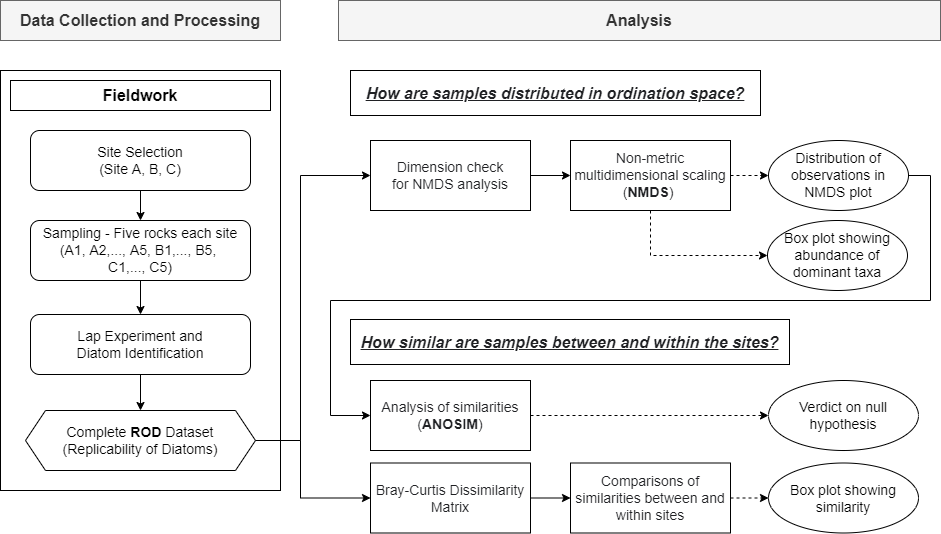
Before: Chapter4_Flowchart.png, a diagram exported from draw.io (muyeoljung/PhD_Studyarea). Source tidied: cells renumbered, new cells last; positions are measured from the earlier drawing's top-left corner, leaving out a move shared by most shapes. The source it was exported from:
```xml
<mxGraphModel>
  <root>
    <mxCell id="0" />
    <mxCell id="1" parent="0" />
    <mxCell id="2" style="rounded=0;whiteSpace=wrap;html=1;" parent="1" vertex="1">
      <mxGeometry y="70" width="280" height="420" as="geometry" />
    </mxCell>
    <mxCell id="3" value="&lt;font size=&quot;1&quot;&gt;&lt;b style=&quot;font-size: 16px&quot;&gt;Fieldwork&lt;/b&gt;&lt;/font&gt;" style="rounded=0;whiteSpace=wrap;html=1;" parent="1" vertex="1">
      <mxGeometry x="10" y="80" width="260" height="30" as="geometry" />
    </mxCell>
    <mxCell id="4" style="edgeStyle=orthogonalEdgeStyle;rounded=0;jettySize=auto;html=1;exitX=0.5;exitY=1;exitDx=0;exitDy=0;entryX=0.5;entryY=0;entryDx=0;entryDy=0;" parent="1" edge="1" source="5" target="7">
      <mxGeometry relative="1" as="geometry" />
    </mxCell>
    <mxCell id="5" value="&lt;font style=&quot;font-size: 14px&quot;&gt;Site Selection&lt;br&gt;(Site A, B, C)&lt;/font&gt;" style="rounded=1;whiteSpace=wrap;html=1;" parent="1" vertex="1">
      <mxGeometry x="30" y="130" width="220" height="60" as="geometry" />
    </mxCell>
    <mxCell id="6" style="edgeStyle=orthogonalEdgeStyle;rounded=0;jettySize=auto;html=1;exitX=0.5;exitY=1;exitDx=0;exitDy=0;entryX=0.5;entryY=0;entryDx=0;entryDy=0;" parent="1" edge="1" source="7" target="9">
      <mxGeometry relative="1" as="geometry" />
    </mxCell>
    <mxCell id="7" value="&lt;font style=&quot;font-size: 14px&quot;&gt;Sampling -&amp;nbsp;Five rocks each site&lt;br&gt;(A1, A2,..., A5, B1,..., B5, &lt;br&gt;C1,..., C5)&lt;/font&gt;" style="rounded=1;whiteSpace=wrap;html=1;" parent="1" vertex="1">
      <mxGeometry x="30" y="220" width="220" height="60" as="geometry" />
    </mxCell>
    <mxCell id="8" style="edgeStyle=orthogonalEdgeStyle;rounded=0;jettySize=auto;html=1;exitX=0.5;exitY=1;exitDx=0;exitDy=0;entryX=0.5;entryY=0;entryDx=0;entryDy=0;" parent="1" edge="1" source="9" target="20">
      <mxGeometry relative="1" as="geometry" />
    </mxCell>
    <mxCell id="9" value="&lt;font style=&quot;font-size: 14px&quot;&gt;Lap Experiment and&lt;br&gt;Diatom Identification&lt;/font&gt;" style="rounded=1;whiteSpace=wrap;html=1;" parent="1" vertex="1">
      <mxGeometry x="30" y="314" width="220" height="60" as="geometry" />
    </mxCell>
    <mxCell id="10" value="&lt;font style=&quot;font-size: 16px&quot;&gt;Analysis&lt;/font&gt;" style="rounded=0;whiteSpace=wrap;html=1;fillColor=#f5f5f5;strokeColor=#666666;fontColor=#333333;fontStyle=1;" parent="1" vertex="1">
      <mxGeometry x="338" width="602" height="40" as="geometry" />
    </mxCell>
    <mxCell id="11" style="edgeStyle=orthogonalEdgeStyle;rounded=0;jettySize=auto;html=1;exitX=1;exitY=0.5;exitDx=0;exitDy=0;entryX=0;entryY=0.5;entryDx=0;entryDy=0;dashed=1;" parent="1" edge="1" source="13" target="29">
      <mxGeometry relative="1" as="geometry" />
    </mxCell>
    <mxCell id="12" style="edgeStyle=orthogonalEdgeStyle;rounded=0;jettySize=auto;html=1;exitX=0.5;exitY=1;exitDx=0;exitDy=0;entryX=0;entryY=0.5;entryDx=0;entryDy=0;dashed=1;fontSize=14;" parent="1" edge="1" source="13" target="31">
      <mxGeometry relative="1" as="geometry" />
    </mxCell>
    <mxCell id="13" value="&lt;font style=&quot;font-size: 14px&quot;&gt;&lt;span style=&quot;color: rgb(32 , 33 , 36) ; font-family: &amp;#34;apple sd gothic neo&amp;#34; , &amp;#34;arial&amp;#34; , sans-serif ; text-align: left ; background-color: rgb(255 , 255 , 255)&quot;&gt;Non-metric multidimensional scaling (&lt;/span&gt;&lt;b style=&quot;color: rgb(32 , 33 , 36) ; font-family: &amp;#34;apple sd gothic neo&amp;#34; , &amp;#34;arial&amp;#34; , sans-serif ; text-align: left ; background-color: rgb(255 , 255 , 255)&quot;&gt;NMDS&lt;/b&gt;&lt;span style=&quot;color: rgb(32 , 33 , 36) ; font-family: &amp;#34;apple sd gothic neo&amp;#34; , &amp;#34;arial&amp;#34; , sans-serif ; text-align: left ; background-color: rgb(255 , 255 , 255)&quot;&gt;)&amp;nbsp;&lt;/span&gt;&lt;/font&gt;" style="rounded=0;whiteSpace=wrap;html=1;" parent="1" vertex="1">
      <mxGeometry x="570" y="140" width="160" height="70" as="geometry" />
    </mxCell>
    <mxCell id="14" style="edgeStyle=orthogonalEdgeStyle;rounded=0;jettySize=auto;html=1;exitX=0;exitY=0.5;exitDx=0;exitDy=0;entryX=1;entryY=0.5;entryDx=0;entryDy=0;startArrow=classic;startFill=1;endArrow=none;endFill=0;" parent="1" edge="1" source="16" target="29">
      <mxGeometry relative="1" as="geometry">
        <Array as="points">
          <mxPoint x="330" y="415" />
          <mxPoint x="330" y="300" />
          <mxPoint x="930" y="300" />
          <mxPoint x="930" y="175" />
        </Array>
      </mxGeometry>
    </mxCell>
    <mxCell id="15" style="edgeStyle=orthogonalEdgeStyle;rounded=0;jettySize=auto;html=1;exitX=1;exitY=0.5;exitDx=0;exitDy=0;entryX=0;entryY=0.5;entryDx=0;entryDy=0;startArrow=none;startFill=0;endArrow=classic;endFill=1;dashed=1;" parent="1" edge="1" source="16" target="32">
      <mxGeometry relative="1" as="geometry" />
    </mxCell>
    <mxCell id="16" value="&lt;font style=&quot;font-size: 14px&quot;&gt;&lt;span style=&quot;color: rgb(32 , 33 , 36) ; font-family: &amp;#34;apple sd gothic neo&amp;#34; , &amp;#34;arial&amp;#34; , sans-serif ; text-align: left ; background-color: rgb(255 , 255 , 255)&quot;&gt;Analysis of similarities (&lt;/span&gt;&lt;b style=&quot;color: rgb(32 , 33 , 36) ; font-family: &amp;#34;apple sd gothic neo&amp;#34; , &amp;#34;arial&amp;#34; , sans-serif ; text-align: left ; background-color: rgb(255 , 255 , 255)&quot;&gt;ANOSIM&lt;/b&gt;&lt;span style=&quot;color: rgb(32 , 33 , 36) ; font-family: &amp;#34;apple sd gothic neo&amp;#34; , &amp;#34;arial&amp;#34; , sans-serif ; text-align: left ; background-color: rgb(255 , 255 , 255)&quot;&gt;)&lt;/span&gt;&lt;/font&gt;" style="rounded=0;whiteSpace=wrap;html=1;" parent="1" vertex="1">
      <mxGeometry x="370" y="380" width="160" height="70" as="geometry" />
    </mxCell>
    <mxCell id="17" value="&lt;font style=&quot;font-size: 16px&quot;&gt;Data Collection and Processing&lt;/font&gt;" style="rounded=0;whiteSpace=wrap;html=1;fillColor=#f5f5f5;strokeColor=#666666;fontColor=#333333;fontStyle=1;" parent="1" vertex="1">
      <mxGeometry width="280" height="40" as="geometry" />
    </mxCell>
    <mxCell id="18" style="edgeStyle=orthogonalEdgeStyle;rounded=0;jettySize=auto;html=1;exitX=1;exitY=0.5;exitDx=0;exitDy=0;entryX=0;entryY=0.5;entryDx=0;entryDy=0;" parent="1" edge="1" source="20" target="22">
      <mxGeometry relative="1" as="geometry">
        <Array as="points">
          <mxPoint x="300" y="440" />
          <mxPoint x="300" y="175" />
        </Array>
      </mxGeometry>
    </mxCell>
    <mxCell id="19" style="edgeStyle=orthogonalEdgeStyle;rounded=0;jettySize=auto;html=1;exitX=1;exitY=0.5;exitDx=0;exitDy=0;entryX=0;entryY=0.5;entryDx=0;entryDy=0;" parent="1" edge="1" source="20" target="28">
      <mxGeometry relative="1" as="geometry">
        <Array as="points">
          <mxPoint x="300" y="440" />
          <mxPoint x="300" y="498" />
        </Array>
      </mxGeometry>
    </mxCell>
    <mxCell id="20" value="&lt;font style=&quot;font-size: 14px&quot;&gt;Complete &lt;b&gt;ROD&lt;/b&gt;&amp;nbsp;Dataset&lt;br&gt;(Replicability of Diatoms)&lt;/font&gt;" style="shape=hexagon;perimeter=hexagonPerimeter2;whiteSpace=wrap;html=1;fixedSize=1;" parent="1" vertex="1">
      <mxGeometry x="25" y="410" width="230" height="60" as="geometry" />
    </mxCell>
    <mxCell id="21" style="edgeStyle=orthogonalEdgeStyle;rounded=0;jettySize=auto;html=1;exitX=1;exitY=0.5;exitDx=0;exitDy=0;entryX=0;entryY=0.5;entryDx=0;entryDy=0;" parent="1" edge="1" source="22" target="13">
      <mxGeometry relative="1" as="geometry" />
    </mxCell>
    <mxCell id="22" value="&lt;div style=&quot;font-size: 14px&quot;&gt;&lt;span style=&quot;background-color: rgb(255 , 255 , 255) ; color: rgb(32 , 33 , 36) ; font-family: &amp;#34;apple sd gothic neo&amp;#34; , &amp;#34;arial&amp;#34; , sans-serif&quot;&gt;Dimension check&lt;br&gt;for NMDS analysis&lt;/span&gt;&lt;br&gt;&lt;/div&gt;" style="rounded=0;whiteSpace=wrap;html=1;" parent="1" vertex="1">
      <mxGeometry x="370" y="140" width="160" height="70" as="geometry" />
    </mxCell>
    <mxCell id="23" style="edgeStyle=orthogonalEdgeStyle;rounded=0;jettySize=auto;html=1;exitX=1;exitY=0.5;exitDx=0;exitDy=0;entryX=0;entryY=0.5;entryDx=0;entryDy=0;dashed=1;" parent="1" edge="1" source="24" target="30">
      <mxGeometry relative="1" as="geometry" />
    </mxCell>
    <mxCell id="24" value="&lt;div&gt;&lt;font color=&quot;#202124&quot; face=&quot;apple sd gothic neo, arial, sans-serif&quot; size=&quot;1&quot;&gt;&lt;span style=&quot;background-color: rgb(255 , 255 , 255) ; font-size: 14px&quot;&gt;Comparisons of similarities between and&lt;/span&gt;&lt;/font&gt;&lt;/div&gt;&lt;span style=&quot;color: rgb(32 , 33 , 36) ; font-family: &amp;#34;apple sd gothic neo&amp;#34; , &amp;#34;arial&amp;#34; , sans-serif ; font-size: 14px ; background-color: rgb(255 , 255 , 255)&quot;&gt;within&amp;nbsp;&lt;/span&gt;&lt;span style=&quot;background-color: rgb(255 , 255 , 255) ; font-size: 14px ; color: rgb(32 , 33 , 36) ; font-family: &amp;#34;apple sd gothic neo&amp;#34; , &amp;#34;arial&amp;#34; , sans-serif&quot;&gt;sites&lt;/span&gt;&lt;span style=&quot;color: rgb(32 , 33 , 36) ; font-family: &amp;#34;apple sd gothic neo&amp;#34; , &amp;#34;arial&amp;#34; , sans-serif ; font-size: 14px ; background-color: rgb(255 , 255 , 255)&quot;&gt;&lt;br&gt;&lt;/span&gt;" style="rounded=0;whiteSpace=wrap;html=1;align=center;" parent="1" vertex="1">
      <mxGeometry x="570" y="462.5" width="160" height="70" as="geometry" />
    </mxCell>
    <mxCell id="25" value="&lt;div&gt;&lt;font color=&quot;#202124&quot; face=&quot;apple sd gothic neo, arial, sans-serif&quot;&gt;&lt;span style=&quot;font-size: 16px ; background-color: rgb(255 , 255 , 255)&quot;&gt;How are samples distributed in ordination space?&lt;/span&gt;&lt;/font&gt;&lt;/div&gt;" style="rounded=0;whiteSpace=wrap;html=1;align=center;fontStyle=7;" parent="1" vertex="1">
      <mxGeometry x="350" y="70" width="410" height="45" as="geometry" />
    </mxCell>
    <mxCell id="26" value="&lt;div&gt;&lt;font color=&quot;#202124&quot; face=&quot;apple sd gothic neo, arial, sans-serif&quot;&gt;&lt;span style=&quot;font-size: 16px ; background-color: rgb(255 , 255 , 255)&quot;&gt;How similar are samples between and within the sites?&lt;/span&gt;&lt;/font&gt;&lt;/div&gt;" style="rounded=0;whiteSpace=wrap;html=1;align=center;fontStyle=7;" parent="1" vertex="1">
      <mxGeometry x="350" y="319" width="439" height="45" as="geometry" />
    </mxCell>
    <mxCell id="27" style="edgeStyle=orthogonalEdgeStyle;rounded=0;jettySize=auto;html=1;exitX=1;exitY=0.5;exitDx=0;exitDy=0;entryX=0;entryY=0.5;entryDx=0;entryDy=0;" parent="1" edge="1" source="28" target="24">
      <mxGeometry relative="1" as="geometry" />
    </mxCell>
    <mxCell id="28" value="&lt;div&gt;&lt;span style=&quot;background-color: rgb(255 , 255 , 255) ; color: rgb(32 , 33 , 36) ; font-family: &amp;#34;apple sd gothic neo&amp;#34; , &amp;#34;arial&amp;#34; , sans-serif&quot;&gt;&lt;font style=&quot;font-size: 14px&quot;&gt;Bray-Curtis Dissimilarity Matrix&lt;/font&gt;&lt;/span&gt;&lt;br&gt;&lt;/div&gt;" style="rounded=0;whiteSpace=wrap;html=1;align=center;" parent="1" vertex="1">
      <mxGeometry x="370" y="462.5" width="160" height="70" as="geometry" />
    </mxCell>
    <mxCell id="29" value="&lt;font style=&quot;font-size: 14px&quot;&gt;Distribution of observations in NMDS plot&lt;/font&gt;" style="ellipse;whiteSpace=wrap;html=1;" parent="1" vertex="1">
      <mxGeometry x="768" y="140" width="140" height="70" as="geometry" />
    </mxCell>
    <mxCell id="30" value="&lt;font style=&quot;font-size: 14px&quot;&gt;Box plot showing similarity&lt;/font&gt;" style="ellipse;whiteSpace=wrap;html=1;" parent="1" vertex="1">
      <mxGeometry x="768" y="462.5" width="150" height="70" as="geometry" />
    </mxCell>
    <mxCell id="31" value="&lt;font style=&quot;font-size: 14px&quot;&gt;Box plot showing abundance of dominant taxa&lt;/font&gt;" style="ellipse;whiteSpace=wrap;html=1;" parent="1" vertex="1">
      <mxGeometry x="767" y="220" width="140" height="70" as="geometry" />
    </mxCell>
    <mxCell id="32" value="&lt;font style=&quot;font-size: 14px&quot;&gt;Verdict on null hypothesis&lt;/font&gt;" style="ellipse;whiteSpace=wrap;html=1;" parent="1" vertex="1">
      <mxGeometry x="768" y="380" width="150" height="70" as="geometry" />
    </mxCell>
  </root>
</mxGraphModel>
```
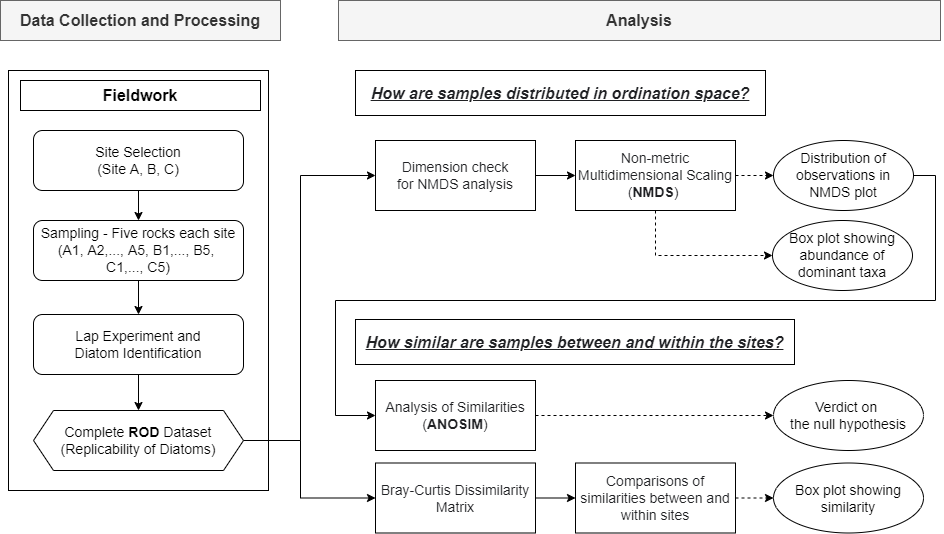
After the change.

What changed in the source:
```diff
@@ -3,31 +3,31 @@
     <mxCell id="0" />
     <mxCell id="1" parent="0" />
     <mxCell id="2" style="rounded=0;whiteSpace=wrap;html=1;" parent="1" vertex="1">
-      <mxGeometry y="70" width="280" height="420" as="geometry" />
+      <mxGeometry x="3" y="70" width="260" height="420" as="geometry" />
     </mxCell>
     <mxCell id="3" value="&lt;font size=&quot;1&quot;&gt;&lt;b style=&quot;font-size: 16px&quot;&gt;Fieldwork&lt;/b&gt;&lt;/font&gt;" style="rounded=0;whiteSpace=wrap;html=1;" parent="1" vertex="1">
-      <mxGeometry x="10" y="80" width="260" height="30" as="geometry" />
+      <mxGeometry x="15" y="80" width="240" height="30" as="geometry" />
     </mxCell>
     <mxCell id="4" style="edgeStyle=orthogonalEdgeStyle;rounded=0;jettySize=auto;html=1;exitX=0.5;exitY=1;exitDx=0;exitDy=0;entryX=0.5;entryY=0;entryDx=0;entryDy=0;" parent="1" edge="1" source="5" target="7">
       <mxGeometry relative="1" as="geometry" />
     </mxCell>
     <mxCell id="5" value="&lt;font style=&quot;font-size: 14px&quot;&gt;Site Selection&lt;br&gt;(Site A, B, C)&lt;/font&gt;" style="rounded=1;whiteSpace=wrap;html=1;" parent="1" vertex="1">
-      <mxGeometry x="30" y="130" width="220" height="60" as="geometry" />
+      <mxGeometry x="28" y="130" width="210" height="60" as="geometry" />
     </mxCell>
     <mxCell id="6" style="edgeStyle=orthogonalEdgeStyle;rounded=0;jettySize=auto;html=1;exitX=0.5;exitY=1;exitDx=0;exitDy=0;entryX=0.5;entryY=0;entryDx=0;entryDy=0;" parent="1" edge="1" source="7" target="9">
       <mxGeometry relative="1" as="geometry" />
     </mxCell>
     <mxCell id="7" value="&lt;font style=&quot;font-size: 14px&quot;&gt;Sampling -&amp;nbsp;Five rocks each site&lt;br&gt;(A1, A2,..., A5, B1,..., B5, &lt;br&gt;C1,..., C5)&lt;/font&gt;" style="rounded=1;whiteSpace=wrap;html=1;" parent="1" vertex="1">
-      <mxGeometry x="30" y="220" width="220" height="60" as="geometry" />
+      <mxGeometry x="28" y="220" width="210" height="60" as="geometry" />
     </mxCell>
     <mxCell id="8" style="edgeStyle=orthogonalEdgeStyle;rounded=0;jettySize=auto;html=1;exitX=0.5;exitY=1;exitDx=0;exitDy=0;entryX=0.5;entryY=0;entryDx=0;entryDy=0;" parent="1" edge="1" source="9" target="20">
       <mxGeometry relative="1" as="geometry" />
     </mxCell>
     <mxCell id="9" value="&lt;font style=&quot;font-size: 14px&quot;&gt;Lap Experiment and&lt;br&gt;Diatom Identification&lt;/font&gt;" style="rounded=1;whiteSpace=wrap;html=1;" parent="1" vertex="1">
-      <mxGeometry x="30" y="314" width="220" height="60" as="geometry" />
+      <mxGeometry x="28" y="314" width="210" height="60" as="geometry" />
     </mxCell>
     <mxCell id="10" value="&lt;font style=&quot;font-size: 16px&quot;&gt;Analysis&lt;/font&gt;" style="rounded=0;whiteSpace=wrap;html=1;fillColor=#f5f5f5;strokeColor=#666666;fontColor=#333333;fontStyle=1;" parent="1" vertex="1">
-      <mxGeometry x="338" width="602" height="40" as="geometry" />
+      <mxGeometry x="333" width="602" height="40" as="geometry" />
     </mxCell>
     <mxCell id="11" style="edgeStyle=orthogonalEdgeStyle;rounded=0;jettySize=auto;html=1;exitX=1;exitY=0.5;exitDx=0;exitDy=0;entryX=0;entryY=0.5;entryDx=0;entryDy=0;dashed=1;" parent="1" edge="1" source="13" target="29">
       <mxGeometry relative="1" as="geometry" />
@@ -35,7 +35,7 @@
     <mxCell id="12" style="edgeStyle=orthogonalEdgeStyle;rounded=0;jettySize=auto;html=1;exitX=0.5;exitY=1;exitDx=0;exitDy=0;entryX=0;entryY=0.5;entryDx=0;entryDy=0;dashed=1;fontSize=14;" parent="1" edge="1" source="13" target="31">
       <mxGeometry relative="1" as="geometry" />
     </mxCell>
-    <mxCell id="13" value="&lt;font style=&quot;font-size: 14px&quot;&gt;&lt;span style=&quot;color: rgb(32 , 33 , 36) ; font-family: &amp;#34;apple sd gothic neo&amp;#34; , &amp;#34;arial&amp;#34; , sans-serif ; text-align: left ; background-color: rgb(255 , 255 , 255)&quot;&gt;Non-metric multidimensional scaling (&lt;/span&gt;&lt;b style=&quot;color: rgb(32 , 33 , 36) ; font-family: &amp;#34;apple sd gothic neo&amp;#34; , &amp;#34;arial&amp;#34; , sans-serif ; text-align: left ; background-color: rgb(255 , 255 , 255)&quot;&gt;NMDS&lt;/b&gt;&lt;span style=&quot;color: rgb(32 , 33 , 36) ; font-family: &amp;#34;apple sd gothic neo&amp;#34; , &amp;#34;arial&amp;#34; , sans-serif ; text-align: left ; background-color: rgb(255 , 255 , 255)&quot;&gt;)&amp;nbsp;&lt;/span&gt;&lt;/font&gt;" style="rounded=0;whiteSpace=wrap;html=1;" parent="1" vertex="1">
+    <mxCell id="13" value="&lt;font style=&quot;font-size: 14px&quot;&gt;&lt;span style=&quot;color: rgb(32 , 33 , 36) ; font-family: &amp;#34;apple sd gothic neo&amp;#34; , &amp;#34;arial&amp;#34; , sans-serif ; text-align: left ; background-color: rgb(255 , 255 , 255)&quot;&gt;Non-metric Multidimensional Scaling (&lt;/span&gt;&lt;b style=&quot;color: rgb(32 , 33 , 36) ; font-family: &amp;#34;apple sd gothic neo&amp;#34; , &amp;#34;arial&amp;#34; , sans-serif ; text-align: left ; background-color: rgb(255 , 255 , 255)&quot;&gt;NMDS&lt;/b&gt;&lt;span style=&quot;color: rgb(32 , 33 , 36) ; font-family: &amp;#34;apple sd gothic neo&amp;#34; , &amp;#34;arial&amp;#34; , sans-serif ; text-align: left ; background-color: rgb(255 , 255 , 255)&quot;&gt;)&amp;nbsp;&lt;/span&gt;&lt;/font&gt;" style="rounded=0;whiteSpace=wrap;html=1;" parent="1" vertex="1">
       <mxGeometry x="570" y="140" width="160" height="70" as="geometry" />
     </mxCell>
     <mxCell id="14" style="edgeStyle=orthogonalEdgeStyle;rounded=0;jettySize=auto;html=1;exitX=0;exitY=0.5;exitDx=0;exitDy=0;entryX=1;entryY=0.5;entryDx=0;entryDy=0;startArrow=classic;startFill=1;endArrow=none;endFill=0;" parent="1" edge="1" source="16" target="29">
@@ -51,30 +51,30 @@
     <mxCell id="15" style="edgeStyle=orthogonalEdgeStyle;rounded=0;jettySize=auto;html=1;exitX=1;exitY=0.5;exitDx=0;exitDy=0;entryX=0;entryY=0.5;entryDx=0;entryDy=0;startArrow=none;startFill=0;endArrow=classic;endFill=1;dashed=1;" parent="1" edge="1" source="16" target="32">
       <mxGeometry relative="1" as="geometry" />
     </mxCell>
-    <mxCell id="16" value="&lt;font style=&quot;font-size: 14px&quot;&gt;&lt;span style=&quot;color: rgb(32 , 33 , 36) ; font-family: &amp;#34;apple sd gothic neo&amp;#34; , &amp;#34;arial&amp;#34; , sans-serif ; text-align: left ; background-color: rgb(255 , 255 , 255)&quot;&gt;Analysis of similarities (&lt;/span&gt;&lt;b style=&quot;color: rgb(32 , 33 , 36) ; font-family: &amp;#34;apple sd gothic neo&amp;#34; , &amp;#34;arial&amp;#34; , sans-serif ; text-align: left ; background-color: rgb(255 , 255 , 255)&quot;&gt;ANOSIM&lt;/b&gt;&lt;span style=&quot;color: rgb(32 , 33 , 36) ; font-family: &amp;#34;apple sd gothic neo&amp;#34; , &amp;#34;arial&amp;#34; , sans-serif ; text-align: left ; background-color: rgb(255 , 255 , 255)&quot;&gt;)&lt;/span&gt;&lt;/font&gt;" style="rounded=0;whiteSpace=wrap;html=1;" parent="1" vertex="1">
+    <mxCell id="16" value="&lt;font style=&quot;font-size: 14px&quot;&gt;&lt;span style=&quot;color: rgb(32 , 33 , 36) ; font-family: &amp;#34;apple sd gothic neo&amp;#34; , &amp;#34;arial&amp;#34; , sans-serif ; text-align: left ; background-color: rgb(255 , 255 , 255)&quot;&gt;Analysis of Similarities (&lt;/span&gt;&lt;b style=&quot;color: rgb(32 , 33 , 36) ; font-family: &amp;#34;apple sd gothic neo&amp;#34; , &amp;#34;arial&amp;#34; , sans-serif ; text-align: left ; background-color: rgb(255 , 255 , 255)&quot;&gt;ANOSIM&lt;/b&gt;&lt;span style=&quot;color: rgb(32 , 33 , 36) ; font-family: &amp;#34;apple sd gothic neo&amp;#34; , &amp;#34;arial&amp;#34; , sans-serif ; text-align: left ; background-color: rgb(255 , 255 , 255)&quot;&gt;)&lt;/span&gt;&lt;/font&gt;" style="rounded=0;whiteSpace=wrap;html=1;" parent="1" vertex="1">
       <mxGeometry x="370" y="380" width="160" height="70" as="geometry" />
     </mxCell>
     <mxCell id="17" value="&lt;font style=&quot;font-size: 16px&quot;&gt;Data Collection and Processing&lt;/font&gt;" style="rounded=0;whiteSpace=wrap;html=1;fillColor=#f5f5f5;strokeColor=#666666;fontColor=#333333;fontStyle=1;" parent="1" vertex="1">
-      <mxGeometry width="280" height="40" as="geometry" />
+      <mxGeometry x="-5" width="280" height="40" as="geometry" />
     </mxCell>
     <mxCell id="18" style="edgeStyle=orthogonalEdgeStyle;rounded=0;jettySize=auto;html=1;exitX=1;exitY=0.5;exitDx=0;exitDy=0;entryX=0;entryY=0.5;entryDx=0;entryDy=0;" parent="1" edge="1" source="20" target="22">
       <mxGeometry relative="1" as="geometry">
         <Array as="points">
-          <mxPoint x="300" y="440" />
-          <mxPoint x="300" y="175" />
+          <mxPoint x="295" y="440" />
+          <mxPoint x="295" y="175" />
         </Array>
       </mxGeometry>
     </mxCell>
     <mxCell id="19" style="edgeStyle=orthogonalEdgeStyle;rounded=0;jettySize=auto;html=1;exitX=1;exitY=0.5;exitDx=0;exitDy=0;entryX=0;entryY=0.5;entryDx=0;entryDy=0;" parent="1" edge="1" source="20" target="28">
       <mxGeometry relative="1" as="geometry">
         <Array as="points">
-          <mxPoint x="300" y="440" />
-          <mxPoint x="300" y="498" />
+          <mxPoint x="295" y="440" />
+          <mxPoint x="295" y="498" />
         </Array>
       </mxGeometry>
     </mxCell>
     <mxCell id="20" value="&lt;font style=&quot;font-size: 14px&quot;&gt;Complete &lt;b&gt;ROD&lt;/b&gt;&amp;nbsp;Dataset&lt;br&gt;(Replicability of Diatoms)&lt;/font&gt;" style="shape=hexagon;perimeter=hexagonPerimeter2;whiteSpace=wrap;html=1;fixedSize=1;" parent="1" vertex="1">
-      <mxGeometry x="25" y="410" width="230" height="60" as="geometry" />
+      <mxGeometry x="28" y="410" width="210" height="60" as="geometry" />
     </mxCell>
     <mxCell id="21" style="edgeStyle=orthogonalEdgeStyle;rounded=0;jettySize=auto;html=1;exitX=1;exitY=0.5;exitDx=0;exitDy=0;entryX=0;entryY=0.5;entryDx=0;entryDy=0;" parent="1" edge="1" source="22" target="13">
       <mxGeometry relative="1" as="geometry" />
@@ -109,7 +109,7 @@
     <mxCell id="31" value="&lt;font style=&quot;font-size: 14px&quot;&gt;Box plot showing abundance of dominant taxa&lt;/font&gt;" style="ellipse;whiteSpace=wrap;html=1;" parent="1" vertex="1">
       <mxGeometry x="767" y="220" width="140" height="70" as="geometry" />
     </mxCell>
-    <mxCell id="32" value="&lt;font style=&quot;font-size: 14px&quot;&gt;Verdict on null hypothesis&lt;/font&gt;" style="ellipse;whiteSpace=wrap;html=1;" parent="1" vertex="1">
+    <mxCell id="32" value="&lt;font style=&quot;font-size: 14px&quot;&gt;Verdict on &lt;br&gt;the null hypothesis&lt;/font&gt;" style="ellipse;whiteSpace=wrap;html=1;" parent="1" vertex="1">
       <mxGeometry x="768" y="380" width="150" height="70" as="geometry" />
     </mxCell>
   </root>
```
